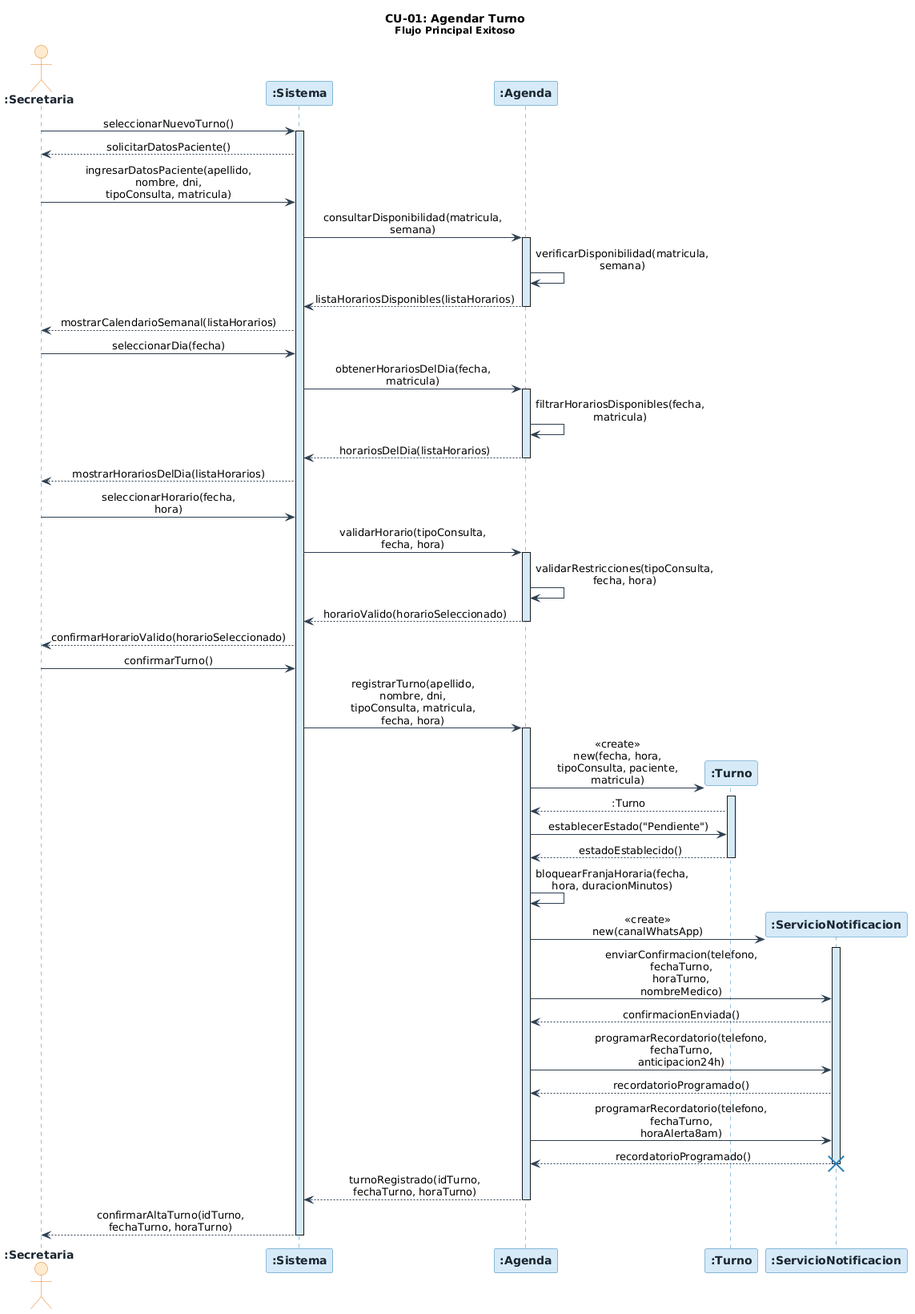
Before: diagramas/05-diagramas-secuencia/05-cu01-agendar-turno.png, a diagram exported from PlantUML (angelgc9107-lgtm/SistemaTurnosMedicos_GP6).
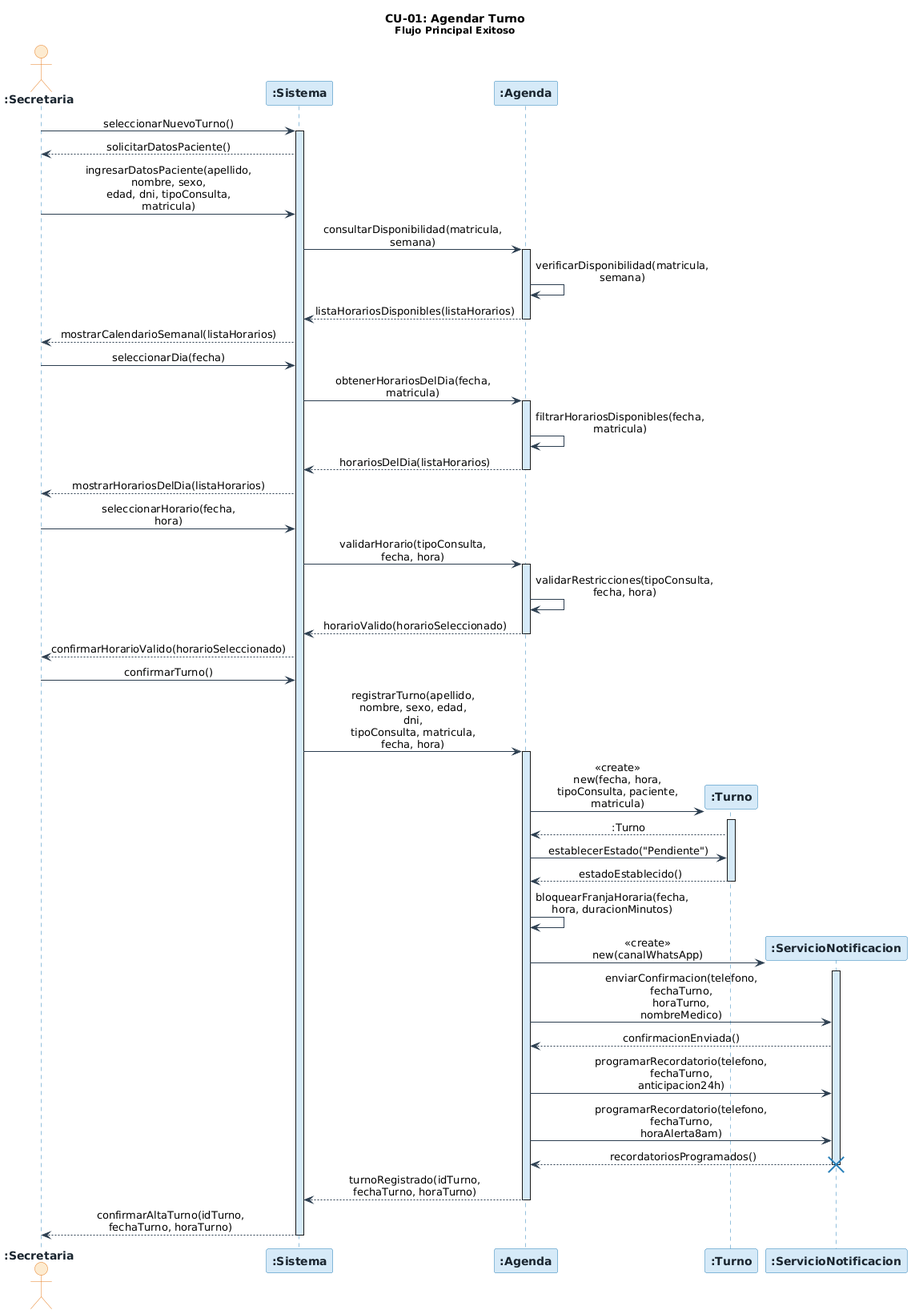
Later version of the same file.

The edit, as a diff of the source:
```diff
@@ -34,7 +34,7 @@
 activate sistema
 sistema     -->  secretaria     : solicitarDatosPaciente()
 
-secretaria  ->  sistema         : ingresarDatosPaciente(apellido, nombre, dni,\ntipoConsulta, matricula)
+secretaria  ->  sistema         : ingresarDatosPaciente(apellido, nombre, sexo,\nedad, dni, tipoConsulta, matricula)
 
 sistema     ->  agenda          : consultarDisponibilidad(matricula, semana)
 activate agenda
@@ -66,7 +66,7 @@
 
 secretaria  ->  sistema         : confirmarTurno()
 
-sistema     ->  agenda          : registrarTurno(apellido, nombre, dni,\ntipoConsulta, matricula, fecha, hora)
+sistema     ->  agenda          : registrarTurno(apellido, nombre, sexo, edad, dni,\ntipoConsulta, matricula, fecha, hora)
 activate agenda
 
 create turno
@@ -83,17 +83,13 @@
 create svcNotificacion
 agenda      ->  svcNotificacion : <<create>>\nnew(canalWhatsApp)
 activate svcNotificacion
-
 agenda      ->  svcNotificacion : enviarConfirmacion(telefono, fechaTurno,\nhoraTurno, nombreMedico)
 svcNotificacion -->  agenda     : confirmacionEnviada()
-
 agenda      ->  svcNotificacion : programarRecordatorio(telefono, fechaTurno,\nanticipacion24h)
-svcNotificacion -->  agenda     : recordatorioProgramado()
-
 agenda      ->  svcNotificacion : programarRecordatorio(telefono, fechaTurno,\nhoraAlerta8am)
-svcNotificacion -->  agenda     : recordatorioProgramado()
-
+svcNotificacion -->  agenda     : recordatoriosProgramados()
 destroy svcNotificacion
+deactivate svcNotificacion
 
 agenda      -->  sistema        : turnoRegistrado(idTurno, fechaTurno, horaTurno)
 deactivate agenda
```
